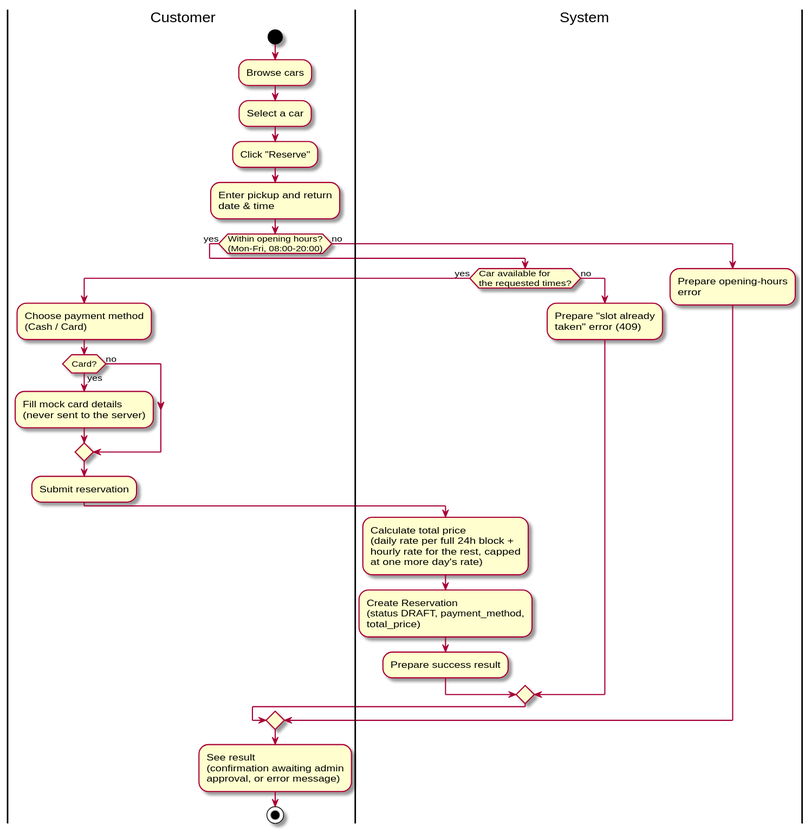
DavidMagyarics/CarRentalVSB keeps this PlantUML diagram as docs/diagrams/activity-make-reservation.svg. Above is the earlier version.
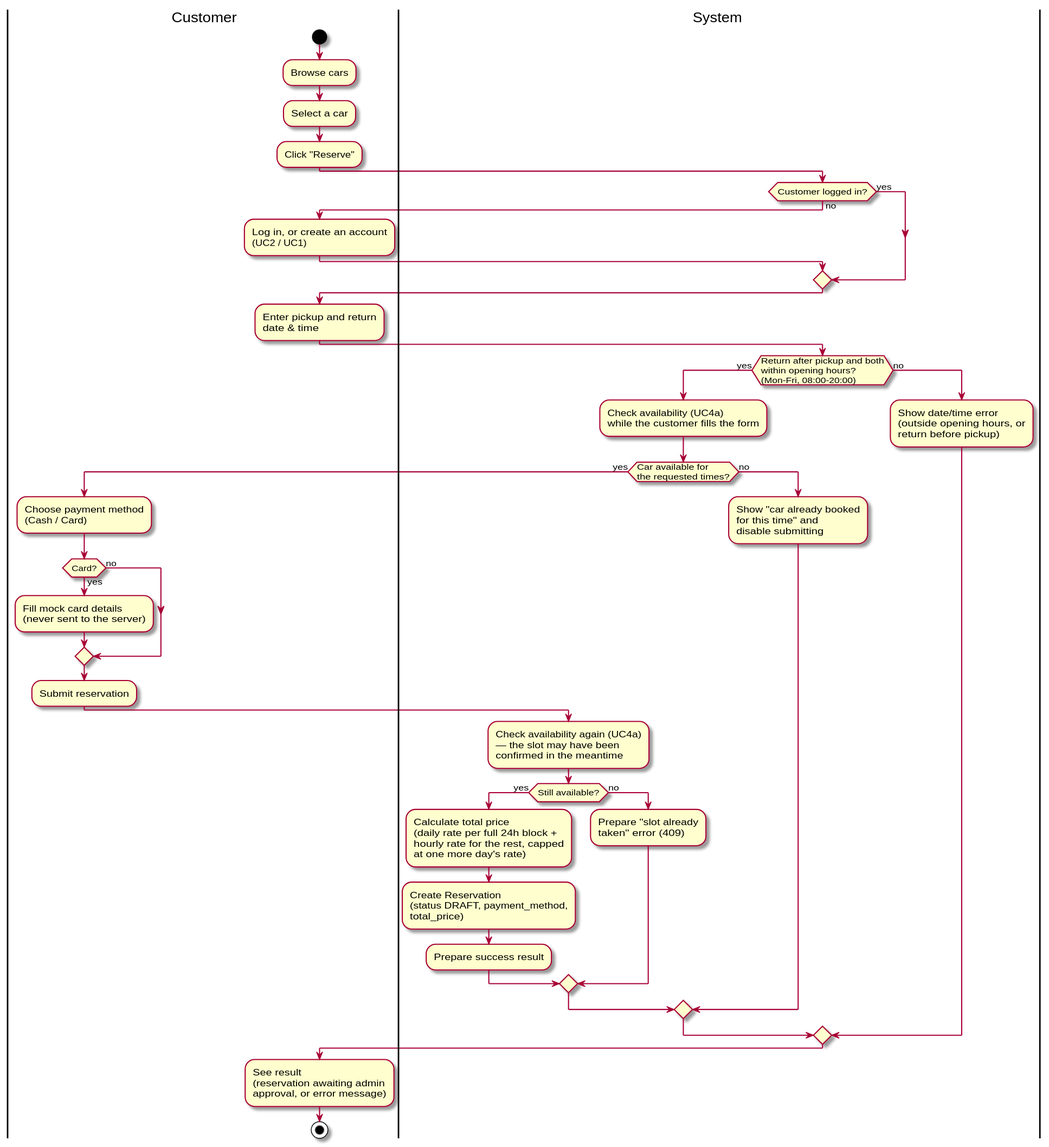
Above is the later version.

Change to the diagram source:
```diff
@@ -6,10 +6,20 @@
 :Browse cars;
 :Select a car;
 :Click "Reserve";
+
+|System|
+if (Customer logged in?) then (no)
+  |Customer|
+  :Log in, or create an account\n(UC2 / UC1);
+else (yes)
+endif
+
+|Customer|
 :Enter pickup and return\ndate & time;
 
-if (Within opening hours?\n(Mon-Fri, 08:00-20:00)) then (yes)
-  |System|
+|System|
+if (Return after pickup and both\nwithin opening hours?\n(Mon-Fri, 08:00-20:00)) then (yes)
+  :Check availability (UC4a)\nwhile the customer fills the form;
   if (Car available for\nthe requested times?) then (yes)
     |Customer|
     :Choose payment method\n(Cash / Card);
@@ -20,17 +30,22 @@
     :Submit reservation;
 
     |System|
-    :Calculate total price\n(daily rate per full 24h block +\nhourly rate for the rest, capped\nat one more day's rate);
-    :Create Reservation\n(status DRAFT, payment_method,\ntotal_price);
-    :Prepare success result;
+    :Check availability again (UC4a)\n— the slot may have been\nconfirmed in the meantime;
+    if (Still available?) then (yes)
+      :Calculate total price\n(daily rate per full 24h block +\nhourly rate for the rest, capped\nat one more day's rate);
+      :Create Reservation\n(status DRAFT, payment_method,\ntotal_price);
+      :Prepare success result;
+    else (no)
+      :Prepare "slot already\ntaken" error (409);
+    endif
   else (no)
-    :Prepare "slot already\ntaken" error (409);
+    :Show "car already booked\nfor this time" and\ndisable submitting;
   endif
 else (no)
-  :Prepare opening-hours\nerror;
+  :Show date/time error\n(outside opening hours, or\nreturn before pickup);
 endif
 
 |Customer|
-:See result\n(confirmation awaiting admin\napproval, or error message);
+:See result\n(reservation awaiting admin\napproval, or error message);
 stop
 @enduml
```
